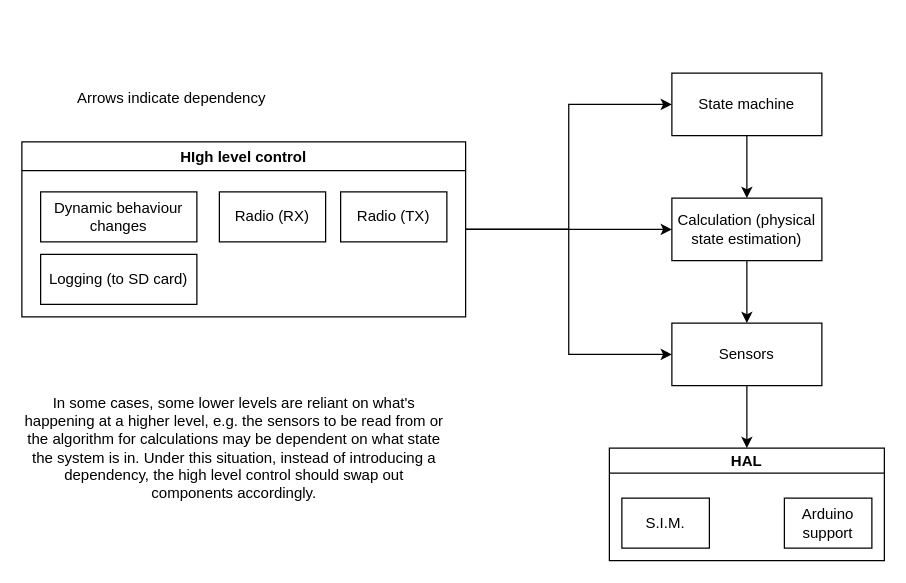
Above: doc/Firmware Decomposition.drawio in UBC-Rocket/FLARE (draw.io), before the change. Source tidied: cells renumbered, new cells numbered last; positions are measured from the earlier drawing's top-left corner, leaving out a move shared by most shapes. Both pictures are drawn from the tidied source at 125%, with x=0, y=0 at pixel (21, 72).
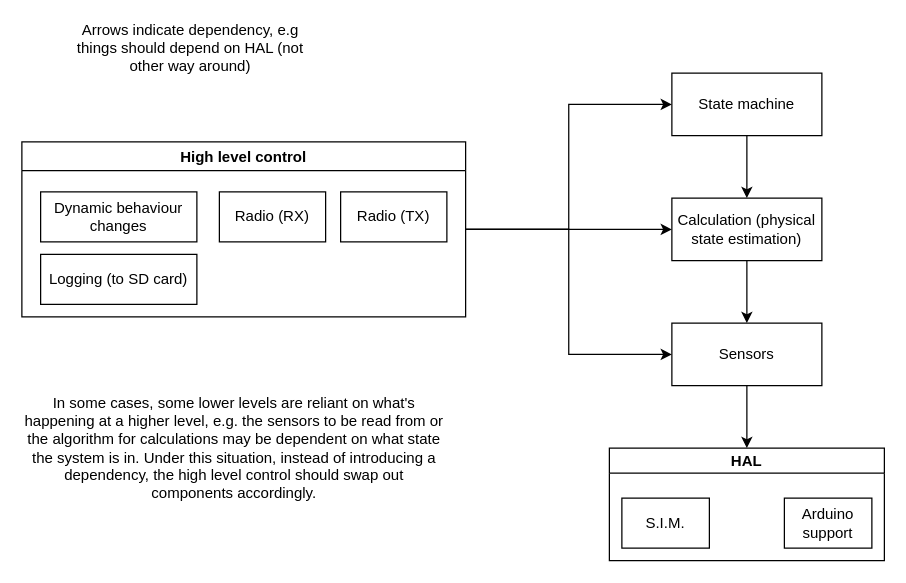
After the change.

What changed in the source:
```diff
@@
-    <mxCell id="14" value="HIgh level control" style="swimlane;" parent="1" vertex="1">
+    <mxCell id="14" value="High level control" style="swimlane;" parent="1" vertex="1">
       <mxGeometry y="55" width="355" height="140" as="geometry" />
     </mxCell>
@@
-    <mxCell id="19" value="&lt;div&gt;Arrows indicate dependency&lt;/div&gt;" style="text;html=1;strokeColor=none;fillColor=none;align=center;verticalAlign=middle;whiteSpace=wrap;rounded=0;" parent="1" vertex="1">
-      <mxGeometry x="30" y="10" width="180" height="20" as="geometry" />
+    <mxCell id="19" value="&lt;div&gt;Arrows indicate dependency, e.g things should depend on HAL (not other way around)&lt;br&gt;&lt;/div&gt;" style="text;html=1;strokeColor=none;fillColor=none;align=center;verticalAlign=middle;whiteSpace=wrap;rounded=0;" parent="1" vertex="1">
+      <mxGeometry x="30" y="-30" width="210" height="20" as="geometry" />
     </mxCell>
```
